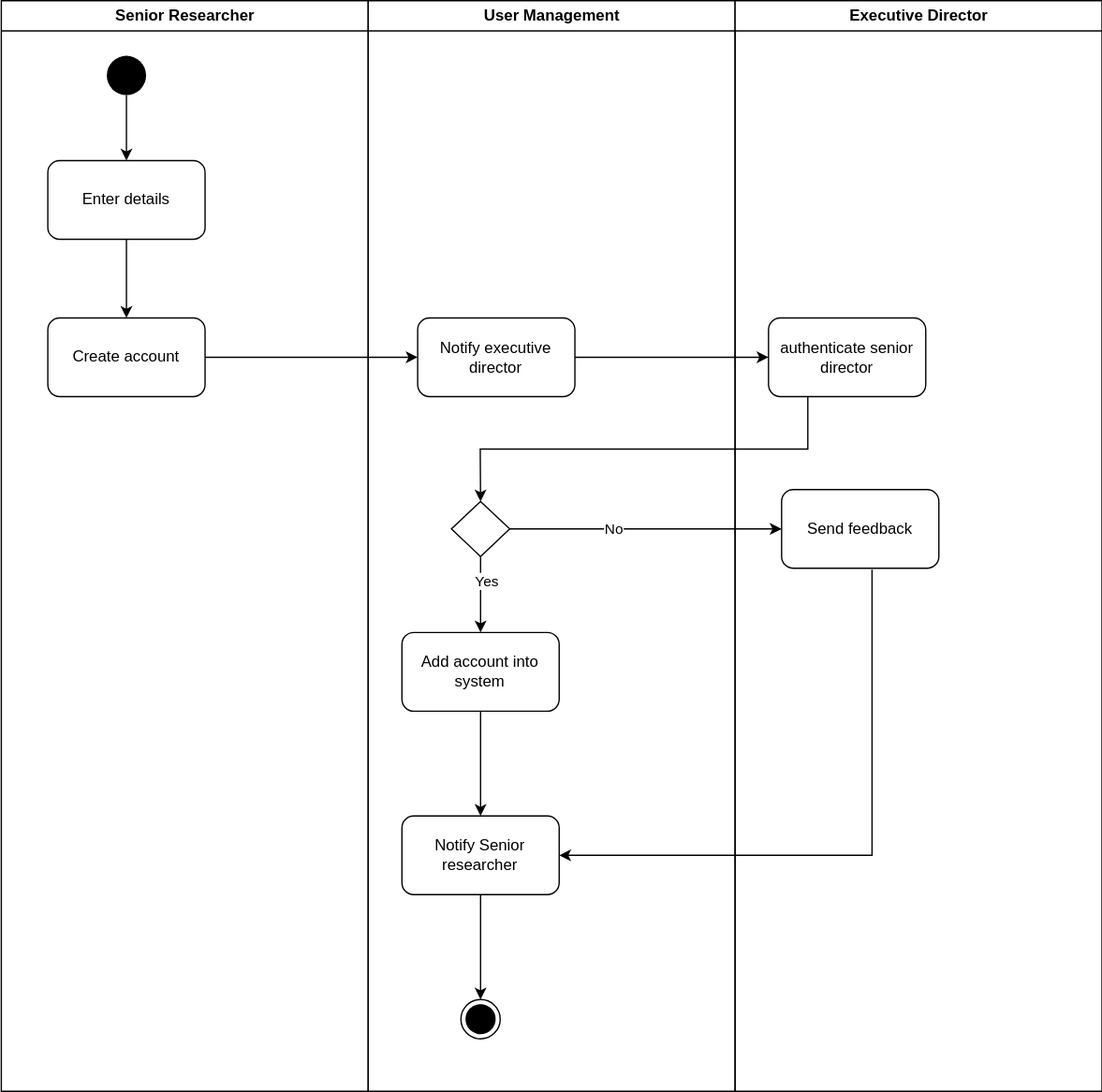
samuelpilusa365/myRepo keeps this draw.io diagram as User_Management_Admin.svg. Above is the earlier version. Source tidied: cells renumbered, new cells last; positions are measured from the earlier drawing's top-left corner, leaving out a move shared by most shapes.
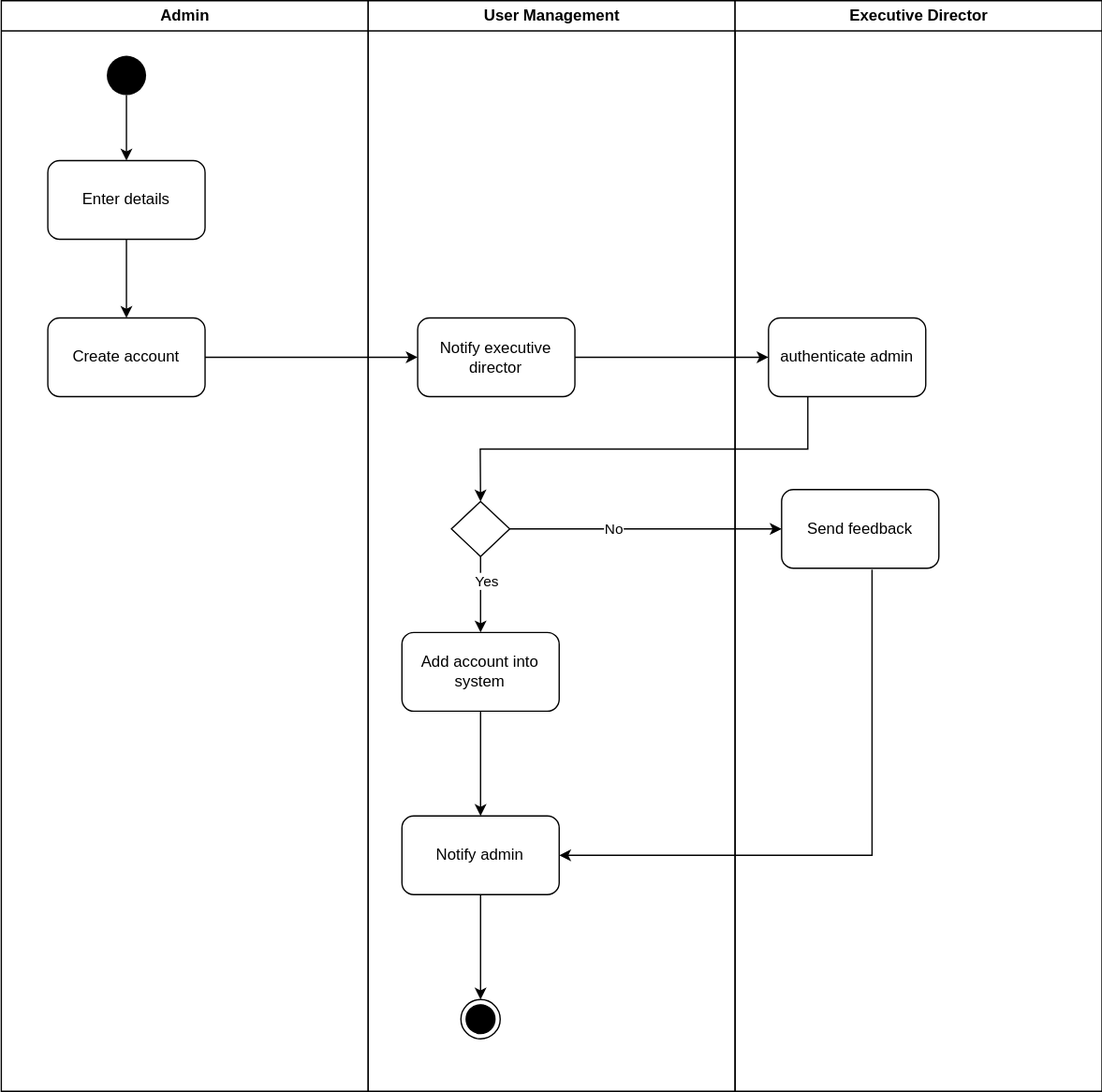
After the change.

What changed in the source:
```diff
@@ -2,7 +2,7 @@
   <root>
     <mxCell id="0" />
     <mxCell id="1" parent="0" />
-    <mxCell id="2" value="Senior Researcher" style="swimlane;whiteSpace=wrap;" parent="1" vertex="1">
+    <mxCell id="2" value="Admin" style="swimlane;whiteSpace=wrap;" parent="1" vertex="1">
       <mxGeometry x="0.5" width="280" height="832" as="geometry" />
     </mxCell>
     <mxCell id="3" value="Create account" style="rounded=1;whiteSpace=wrap;html=1;" parent="2" vertex="1">
@@ -32,7 +32,7 @@
     <mxCell id="11" style="rhombus;whiteSpace=wrap;html=1;" parent="8" vertex="1">
       <mxGeometry x="63.5" y="382" width="44.5" height="42" as="geometry" />
     </mxCell>
-    <mxCell id="12" value="Notify Senior researcher" style="rounded=1;whiteSpace=wrap;html=1;" parent="8" vertex="1">
+    <mxCell id="12" value="Notify admin" style="rounded=1;whiteSpace=wrap;html=1;" parent="8" vertex="1">
       <mxGeometry x="25.8" y="622" width="120" height="60" as="geometry" />
     </mxCell>
     <mxCell id="13" style="ellipse;html=1;shape=endState;fillColor=#000000;strokeColor=#000000;" parent="8" vertex="1">
@@ -53,7 +53,7 @@
     <mxCell id="18" value="Executive Director" style="swimlane;whiteSpace=wrap;" parent="1" vertex="1">
       <mxGeometry x="560.5" width="280" height="832" as="geometry" />
     </mxCell>
-    <mxCell id="19" value="authenticate senior director" style="rounded=1;whiteSpace=wrap;html=1;" parent="18" vertex="1">
+    <mxCell id="19" value="authenticate admin" style="rounded=1;whiteSpace=wrap;html=1;" parent="18" vertex="1">
       <mxGeometry x="25.5" y="242" width="120" height="60" as="geometry" />
     </mxCell>
     <mxCell id="20" value="Send feedback" style="rounded=1;whiteSpace=wrap;html=1;" parent="18" vertex="1">
```
